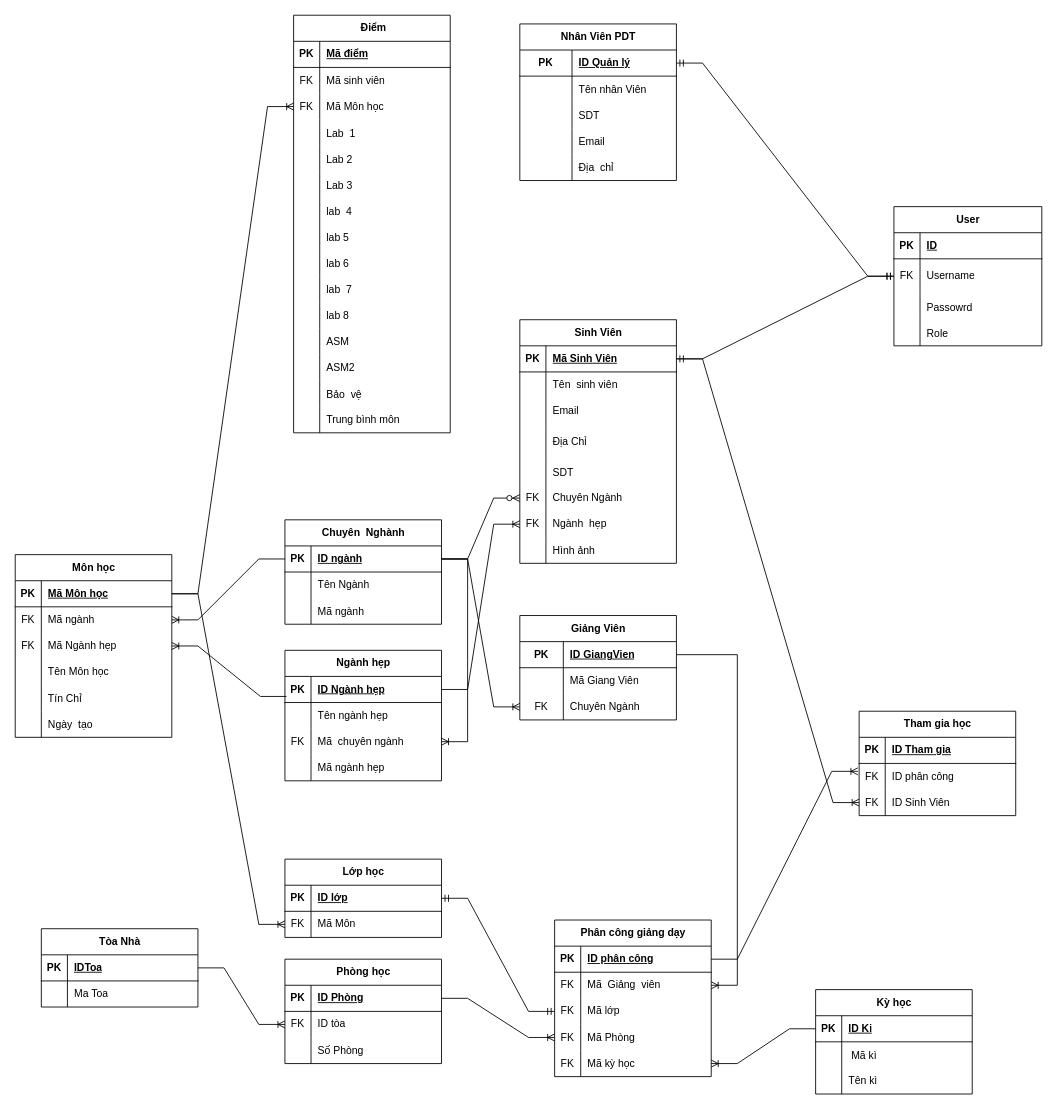
Above: ASM_Java3/abc.drawio in Whitechan2077/SOF203 (draw.io), before the change. Source tidied: cells renumbered, new cells numbered last; positions are measured from the earlier drawing's top-left corner, leaving out a move shared by most shapes. Both pictures are drawn from the tidied source at 87%, with x=0, y=0 at pixel (15, 15).
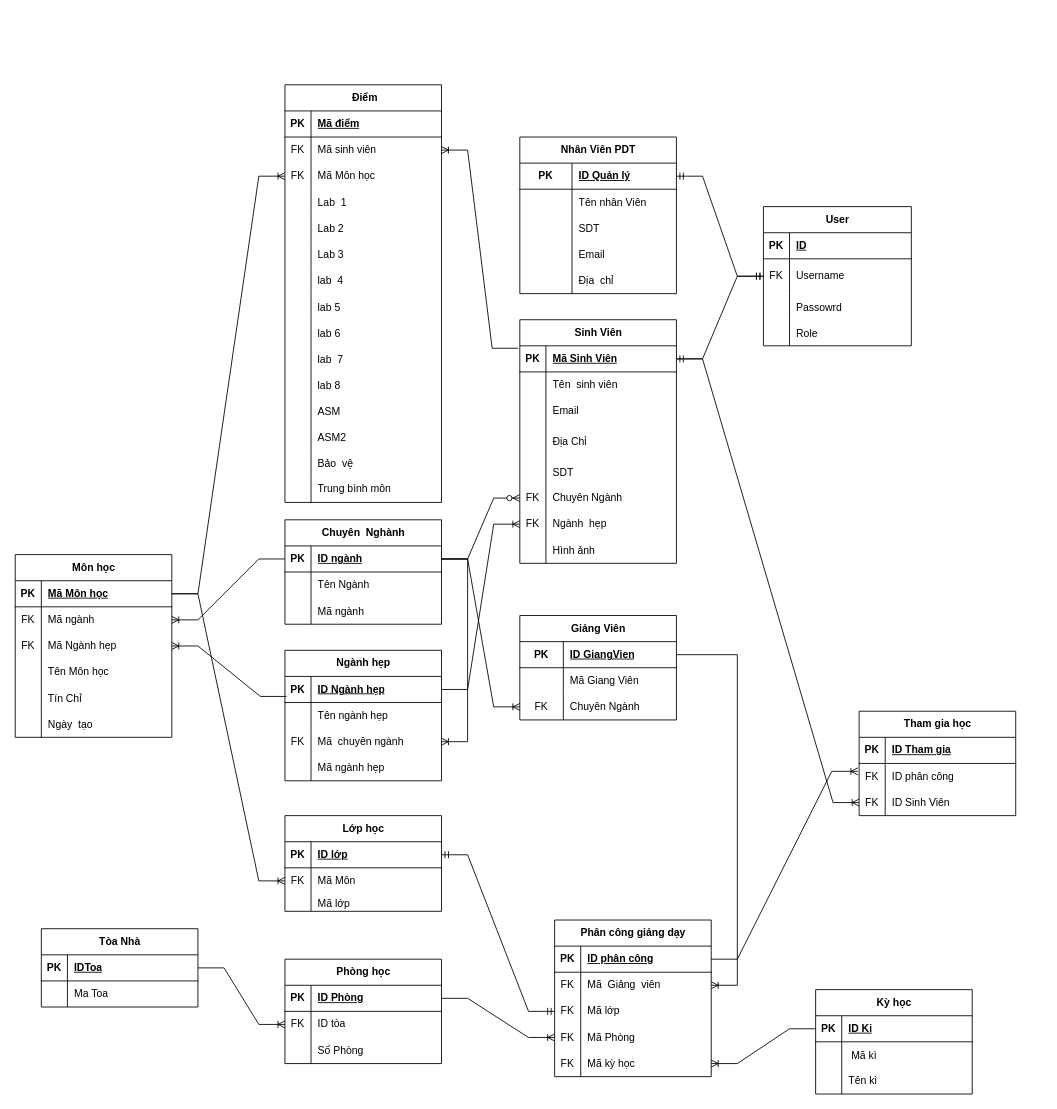
Above is the later version.

Unchanged cells that the change refers to:
```xml
<mxCell id="3" style="shape=tableRow;horizontal=0;startSize=0;swimlaneHead=0;swimlaneBody=0;fillColor=none;points=[[0,0.5],[1,0.5]];portConstraint=eastwest;top=0;left=0;right=0;bottom=1;" parent="2" vertex="1">
  <mxGeometry y="30" width="180" height="30" as="geometry" />
</mxCell>
<mxCell id="68" style="shape=tableRow;horizontal=0;startSize=0;swimlaneHead=0;swimlaneBody=0;fillColor=none;points=[[0,0.5],[1,0.5]];portConstraint=eastwest;top=0;left=0;right=0;bottom=0;" parent="64" vertex="1">
  <mxGeometry y="60" width="180" height="30" as="geometry" />
</mxCell>
```

The edit, as a diff of the source:
```diff
@@
     <mxCell id="64" value="&amp;nbsp;Điểm" style="shape=table;startSize=30;childLayout=tableLayout;rowLines=0;fontStyle=1;align=center;html=1;" parent="1" vertex="1">
-      <mxGeometry x="320" width="180" height="480" as="geometry" />
+      <mxGeometry x="310" y="80" width="180" height="480" as="geometry" />
     </mxCell>
@@
     <mxCell id="150" value="Lớp học" style="shape=table;startSize=30;childLayout=tableLayout;rowLines=0;fontStyle=1;align=center;html=1;" parent="1" vertex="1">
-      <mxGeometry x="310" y="970" width="180" height="90" as="geometry" />
+      <mxGeometry x="310" y="920" width="180" height="110" as="geometry" />
     </mxCell>
@@
+    <mxCell id="231" style="shape=tableRow;horizontal=0;startSize=0;swimlaneHead=0;swimlaneBody=0;fillColor=none;top=0;left=0;right=0;bottom=0;" parent="150" vertex="1">
+      <mxGeometry y="90" width="180" height="20" as="geometry" />
+    </mxCell>
+    <mxCell id="232" style="shape=partialRectangle;fillColor=none;top=0;left=0;bottom=0;right=0;overflow=hidden;" parent="231" vertex="1">
+      <mxGeometry width="30" height="20" as="geometry" />
+    </mxCell>
+    <mxCell id="233" value="Mã lớp" style="shape=partialRectangle;fillColor=none;top=0;left=0;bottom=0;right=0;align=left;spacingLeft=6;overflow=hidden;" parent="231" vertex="1">
+      <mxGeometry x="30" width="150" height="20" as="geometry" />
+    </mxCell>
@@
     <mxCell id="158" value="User" style="shape=table;startSize=30;childLayout=tableLayout;rowLines=0;fontStyle=1;align=center;html=1;" parent="1" vertex="1">
-      <mxGeometry x="1010" y="220" width="170" height="160" as="geometry" />
+      <mxGeometry x="860" y="220" width="170" height="160" as="geometry" />
     </mxCell>
@@
     <mxCell id="171" value="Nhân Viên PDT" style="shape=table;startSize=30;childLayout=tableLayout;rowLines=0;fontStyle=1;align=center;html=1;" parent="1" vertex="1">
-      <mxGeometry x="580" y="10" width="180" height="180" as="geometry" />
+      <mxGeometry x="580" y="140" width="180" height="180" as="geometry" />
     </mxCell>
@@
+    <mxCell id="234" style="edgeStyle=entityRelationEdgeStyle;fontSize=12;html=1;endArrow=ERoneToMany;rounded=0;exitX=-0.01;exitY=0.093;exitDx=0;exitDy=0;exitPerimeter=0;" parent="1" edge="1" source="3" target="68">
+      <mxGeometry relative="1" as="geometry" />
+    </mxCell>
```
